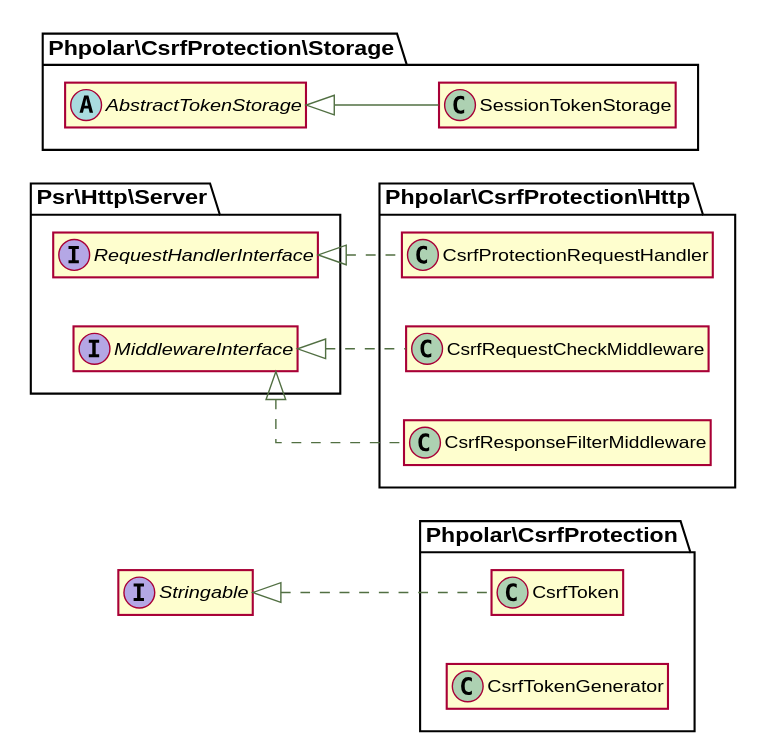
phpolar/csrf-protection keeps this PlantUML diagram as docs/graphs/classes.svg. Above is the earlier version.
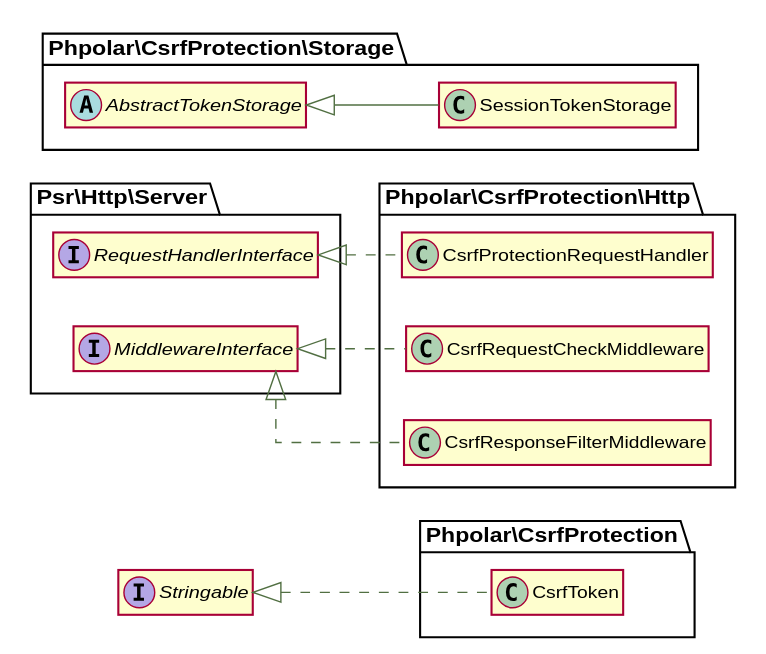
After the commit.

Change to the diagram source:
```diff
@@ -16,9 +16,6 @@
 class \\Phpolar\\CsrfProtection\\CsrfToken implements \\Stringable {
 }
 
-class \\Phpolar\\CsrfProtection\\CsrfTokenGenerator {
-}
-
 class \\Phpolar\\CsrfProtection\\Http\\CsrfProtectionRequestHandler implements \\Psr\\Http\\Server\\RequestHandlerInterface {
 }
 
```
